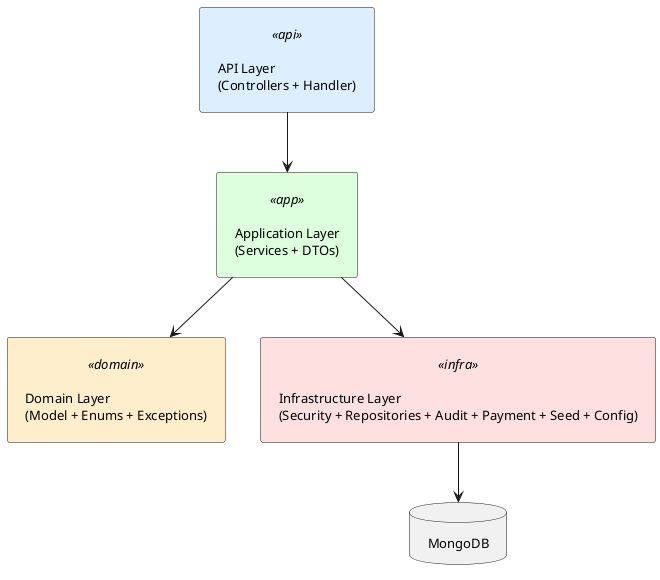
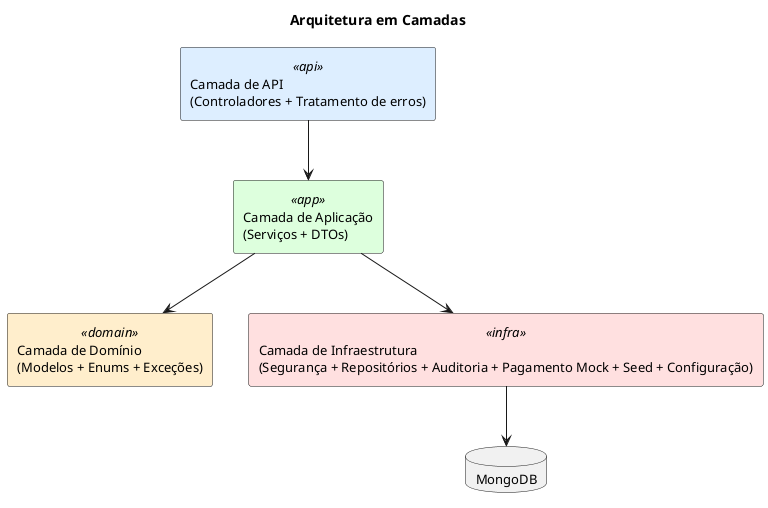
@startuml
skinparam rectangle {
  BackgroundColor<<api>> #DDEEFF
  BackgroundColor<<app>> #DDFFDD
  BackgroundColor<<domain>> #FFEECC
  BackgroundColor<<infra>> #FFE0E0
  FontSize 14
}
skinparam defaultFontSize 13
- skinparam padding 8

- rectangle "API Layer\n(Controllers + Handler)" <<api>>
- rectangle "Application Layer\n(Services + DTOs)" <<app>>
- rectangle "Domain Layer\n(Model + Enums + Exceptions)" <<domain>>
- rectangle "Infrastructure Layer\n(Security + Repositories + Audit + Payment + Seed + Config)" <<infra>>
+ title Arquitetura em Camadas
+ 
+ rectangle "Camada de API\n(Controladores + Tratamento de erros)" as API <<api>>
+ rectangle "Camada de Aplicação\n(Serviços + DTOs)" as APP <<app>>
+ rectangle "Camada de Domínio\n(Modelos + Enums + Exceções)" as DOMAIN <<domain>>
+ rectangle "Camada de Infraestrutura\n(Segurança + Repositórios + Auditoria + Pagamento Mock + Seed + Configuração)" as INFRA <<infra>>
database "MongoDB" as DB

- [API Layer\n(Controllers + Handler)] -down-> [Application Layer\n(Services + DTOs)]
- [Application Layer\n(Services + DTOs)] -down-> [Domain Layer\n(Model + Enums + Exceptions)]
- [Application Layer\n(Services + DTOs)] -down-> [Infrastructure Layer\n(Security + Repositories + Audit + Payment + Seed + Config)]
- [Infrastructure Layer\n(Security + Repositories + Audit + Payment + Seed + Config)] -down-> DB
+ API -down-> APP
+ APP -down-> DOMAIN
+ APP -down-> INFRA
+ INFRA -down-> DB

@enduml
